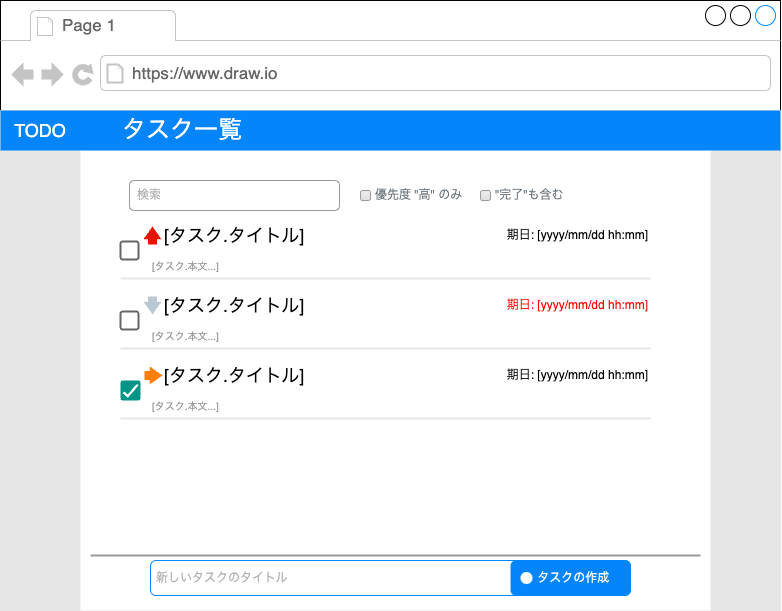
Earlier version of the draw.io export docs/taskList.drawio.png (ebi311/todo-next-pages-rote). Source tidied: cells renumbered, new cells last; positions are measured from the earlier drawing's top-left corner, leaving out a move shared by most shapes. The source it was exported from:
```xml
<mxGraphModel>
  <root>
    <mxCell id="0" />
    <mxCell id="1" parent="0" />
    <mxCell id="2" style="strokeWidth=1;shadow=0;dashed=0;align=center;html=1;shape=mxgraph.mockup.containers.browserWindow;rSize=0;strokeColor2=#008cff;strokeColor3=#c4c4c4;mainText=,;" parent="1" vertex="1">
      <mxGeometry width="780" height="610" as="geometry" />
    </mxCell>
    <mxCell id="3" value="Page 1" style="strokeWidth=1;shadow=0;dashed=0;align=center;html=1;shape=mxgraph.mockup.containers.anchor;fontSize=17;fontColor=#666666;align=left;" parent="2" vertex="1">
      <mxGeometry x="60" y="12" width="110" height="26" as="geometry" />
    </mxCell>
    <mxCell id="4" value="https://www.draw.io" style="strokeWidth=1;shadow=0;dashed=0;align=center;html=1;shape=mxgraph.mockup.containers.anchor;rSize=0;fontSize=17;fontColor=#666666;align=left;" parent="2" vertex="1">
      <mxGeometry x="130" y="60" width="250" height="26" as="geometry" />
    </mxCell>
    <mxCell id="5" style="rounded=0;whiteSpace=wrap;html=1;strokeColor=#E6E6E6;fontSize=18;fontColor=#FFFFFF;fillColor=#E6E6E6;" parent="2" vertex="1">
      <mxGeometry y="110" width="780" height="500" as="geometry" />
    </mxCell>
    <mxCell id="6" value="Layout" parent="0" />
    <mxCell id="7" style="rounded=0;whiteSpace=wrap;html=1;fontSize=18;strokeColor=none;" parent="6" vertex="1">
      <mxGeometry x="80" y="150" width="630" height="460" as="geometry" />
    </mxCell>
    <mxCell id="8" style="rounded=0;whiteSpace=wrap;html=1;fillColor=#0585FC;fontColor=#ffffff;strokeColor=none;" parent="6" vertex="1">
      <mxGeometry y="110" width="780" height="40" as="geometry" />
    </mxCell>
    <mxCell id="9" value="TODO" style="text;html=1;strokeColor=none;fillColor=none;align=center;verticalAlign=middle;whiteSpace=wrap;rounded=0;fontColor=#FFFFFF;fontSize=18;" parent="6" vertex="1">
      <mxGeometry x="10" y="115" width="60" height="30" as="geometry" />
    </mxCell>
    <mxCell id="10" value="タスク一覧" style="text;html=1;strokeColor=none;fillColor=none;align=left;verticalAlign=middle;whiteSpace=wrap;rounded=0;fontColor=#FFFFFF;fontSize=24;" parent="6" vertex="1">
      <mxGeometry x="120" y="115" width="210" height="30" as="geometry" />
    </mxCell>
    <mxCell id="11" value="名称未設定レイヤ" parent="0" />
    <mxCell id="12" value="新しいタスクのタイトル" style="rounded=1;whiteSpace=wrap;html=1;strokeWidth=1;fontSize=12;strokeColor=#0585FC;align=left;spacingLeft=4;fontColor=#B3B3B3;" parent="11" vertex="1">
      <mxGeometry x="150" y="560" width="480" height="35" as="geometry" />
    </mxCell>
    <mxCell id="13" style="group;" parent="11" vertex="1">
      <mxGeometry x="120" y="360" width="530" height="60" as="geometry" />
    </mxCell>
    <mxCell id="14" value="[タスク.タイトル]" style="text;html=1;strokeColor=none;fillColor=none;align=left;verticalAlign=middle;whiteSpace=wrap;rounded=0;fontSize=18;fontColor=default;" parent="13" vertex="1">
      <mxGeometry x="42" width="265" height="30" as="geometry" />
    </mxCell>
    <mxCell id="15" value="[タスク.本文...]" style="text;html=1;strokeColor=none;fillColor=none;align=left;verticalAlign=middle;whiteSpace=wrap;rounded=0;fontSize=10;fontColor=#999999;" parent="13" vertex="1">
      <mxGeometry x="30" y="30" width="483.2" height="30" as="geometry" />
    </mxCell>
    <mxCell id="16" style="dashed=0;labelPosition=right;align=left;shape=mxgraph.gmdl.checkbox;strokeColor=none;fillColor=#009587;strokeWidth=2;sketch=0;fontSize=10;fontColor=#999999;" parent="13" vertex="1">
      <mxGeometry y="20" width="20" height="20" as="geometry" />
    </mxCell>
    <mxCell id="17" style="line;strokeWidth=2;html=1;strokeColor=#E6E6E6;fontSize=10;fontColor=#999999;fillColor=#E6E6E6;" parent="13" vertex="1">
      <mxGeometry y="56" width="530" height="4" as="geometry" />
    </mxCell>
    <mxCell id="18" value="期日: [yyyy/mm/dd hh:mm]" style="text;html=1;strokeColor=none;fillColor=none;align=right;verticalAlign=middle;whiteSpace=wrap;rounded=0;fontSize=12;fontColor=default;" parent="13" vertex="1">
      <mxGeometry x="385" width="145" height="30" as="geometry" />
    </mxCell>
    <mxCell id="19" style="html=1;shadow=0;dashed=0;align=center;verticalAlign=middle;shape=mxgraph.arrows2.arrow;dy=0.5;dx=12.79;direction=east;notch=0;strokeColor=none;fontSize=12;fontColor=#ffffff;fillColor=#FF8000;" parent="13" vertex="1">
      <mxGeometry x="24" y="6" width="18" height="18" as="geometry" />
    </mxCell>
    <mxCell id="20" style="group;" parent="11" vertex="1">
      <mxGeometry x="120" y="220" width="530" height="60" as="geometry" />
    </mxCell>
    <mxCell id="21" value="[タスク.タイトル]" style="text;html=1;strokeColor=none;fillColor=none;align=left;verticalAlign=middle;whiteSpace=wrap;rounded=0;fontSize=18;fontColor=default;" parent="20" vertex="1">
      <mxGeometry x="42" width="265" height="30" as="geometry" />
    </mxCell>
    <mxCell id="22" value="[タスク.本文...]" style="text;html=1;strokeColor=none;fillColor=none;align=left;verticalAlign=middle;whiteSpace=wrap;rounded=0;fontSize=10;fontColor=#999999;" parent="20" vertex="1">
      <mxGeometry x="30" y="30" width="483.2" height="30" as="geometry" />
    </mxCell>
    <mxCell id="23" style="line;strokeWidth=2;html=1;strokeColor=#E6E6E6;fontSize=10;fontColor=#999999;fillColor=#E6E6E6;" parent="20" vertex="1">
      <mxGeometry y="56" width="530" height="4" as="geometry" />
    </mxCell>
    <mxCell id="24" value="期日: [yyyy/mm/dd hh:mm]" style="text;html=1;strokeColor=none;fillColor=none;align=right;verticalAlign=middle;whiteSpace=wrap;rounded=0;fontSize=12;fontColor=default;" parent="20" vertex="1">
      <mxGeometry x="375" width="155" height="30" as="geometry" />
    </mxCell>
    <mxCell id="25" style="dashed=0;labelPosition=right;align=left;shape=mxgraph.gmdl.checkbox;strokeColor=#666666;fillColor=none;strokeWidth=2;sketch=0;fontSize=12;fontColor=#999999;" parent="20" vertex="1">
      <mxGeometry y="21" width="18" height="18" as="geometry" />
    </mxCell>
    <mxCell id="26" style="html=1;shadow=0;dashed=0;align=center;verticalAlign=middle;shape=mxgraph.arrows2.arrow;dy=0.5;dx=12.79;direction=north;notch=0;strokeColor=none;fontSize=12;fontColor=#ffffff;fillColor=#e51400;" parent="20" vertex="1">
      <mxGeometry x="23" y="6" width="18" height="18" as="geometry" />
    </mxCell>
    <mxCell id="27" style="group;" parent="11" vertex="1">
      <mxGeometry x="120" y="290" width="530" height="60" as="geometry" />
    </mxCell>
    <mxCell id="28" value="[タスク.タイトル]" style="text;html=1;strokeColor=none;fillColor=none;align=left;verticalAlign=middle;whiteSpace=wrap;rounded=0;fontSize=18;fontColor=default;" parent="27" vertex="1">
      <mxGeometry x="42" width="265" height="30" as="geometry" />
    </mxCell>
    <mxCell id="29" value="[タスク.本文...]" style="text;html=1;strokeColor=none;fillColor=none;align=left;verticalAlign=middle;whiteSpace=wrap;rounded=0;fontSize=10;fontColor=#999999;" parent="27" vertex="1">
      <mxGeometry x="30" y="30" width="483.2" height="30" as="geometry" />
    </mxCell>
    <mxCell id="30" style="line;strokeWidth=2;html=1;strokeColor=#E6E6E6;fontSize=10;fontColor=#999999;fillColor=#E6E6E6;" parent="27" vertex="1">
      <mxGeometry y="56" width="530" height="4" as="geometry" />
    </mxCell>
    <mxCell id="31" value="期日: [yyyy/mm/dd hh:mm]" style="text;html=1;strokeColor=none;fillColor=none;align=right;verticalAlign=middle;whiteSpace=wrap;rounded=0;fontSize=12;fontColor=#FF0000;" parent="27" vertex="1">
      <mxGeometry x="375" width="155" height="30" as="geometry" />
    </mxCell>
    <mxCell id="32" style="dashed=0;labelPosition=right;align=left;shape=mxgraph.gmdl.checkbox;strokeColor=#666666;fillColor=none;strokeWidth=2;sketch=0;fontSize=12;fontColor=#999999;" parent="27" vertex="1">
      <mxGeometry y="21" width="18" height="18" as="geometry" />
    </mxCell>
    <mxCell id="33" style="html=1;shadow=0;dashed=0;align=center;verticalAlign=middle;shape=mxgraph.arrows2.arrow;dy=0.5;dx=12.79;direction=south;notch=0;strokeColor=none;fontSize=12;fillColor=#bac8d3;" parent="27" vertex="1">
      <mxGeometry x="23" y="6" width="18" height="18" as="geometry" />
    </mxCell>
    <mxCell id="34" value="検索" style="rounded=1;whiteSpace=wrap;html=1;fontSize=12;strokeColor=#999999;align=left;fontColor=#B3B3B3;spacingRight=0;spacingLeft=6;" parent="11" vertex="1">
      <mxGeometry x="129" y="180" width="210" height="30" as="geometry" />
    </mxCell>
    <mxCell id="35" value="優先度 &quot;高&quot; のみ" style="html=1;shadow=0;dashed=0;shape=mxgraph.bootstrap.checkbox2;labelPosition=right;verticalLabelPosition=middle;align=left;verticalAlign=middle;gradientColor=#DEDEDE;fillColor=#EDEDED;checked=0;spacing=5;fontColor=#6C767D;checkedFill=#0085FC;checkedStroke=#ffffff;sketch=0;strokeColor=#999999;fontSize=12;" parent="11" vertex="1">
      <mxGeometry x="360" y="190" width="10" height="10" as="geometry" />
    </mxCell>
    <mxCell id="36" value="&quot;完了&quot;も含む" style="html=1;shadow=0;dashed=0;shape=mxgraph.bootstrap.checkbox2;labelPosition=right;verticalLabelPosition=middle;align=left;verticalAlign=middle;gradientColor=#DEDEDE;fillColor=#EDEDED;checked=0;spacing=5;fontColor=#6C767D;checkedFill=#0085FC;checkedStroke=#ffffff;sketch=0;strokeColor=#999999;fontSize=12;" parent="11" vertex="1">
      <mxGeometry x="480" y="190" width="10" height="10" as="geometry" />
    </mxCell>
    <mxCell id="37" value="&amp;nbsp; タスクの作成" style="rounded=1;whiteSpace=wrap;html=1;strokeColor=none;fontSize=12;fontColor=#ffffff;fillColor=#0585FC;" parent="11" vertex="1">
      <mxGeometry x="510" y="560" width="120" height="35" as="geometry" />
    </mxCell>
    <mxCell id="38" style="html=1;verticalLabelPosition=bottom;labelBackgroundColor=#ffffff;verticalAlign=top;shadow=0;strokeWidth=5;shape=mxgraph.ios7.misc.add;sketch=0;fontSize=12;strokeColor=#0585FC;perimeterSpacing=1;" parent="11" vertex="1">
      <mxGeometry x="520" y="571.5" width="12" height="12" as="geometry" />
    </mxCell>
    <mxCell id="39" style="line;strokeWidth=2;html=1;strokeColor=#999999;fontSize=12;fontColor=#FF0000;fillColor=#999999;" parent="11" vertex="1">
      <mxGeometry x="90" y="550" width="610" height="10" as="geometry" />
    </mxCell>
  </root>
</mxGraphModel>
```
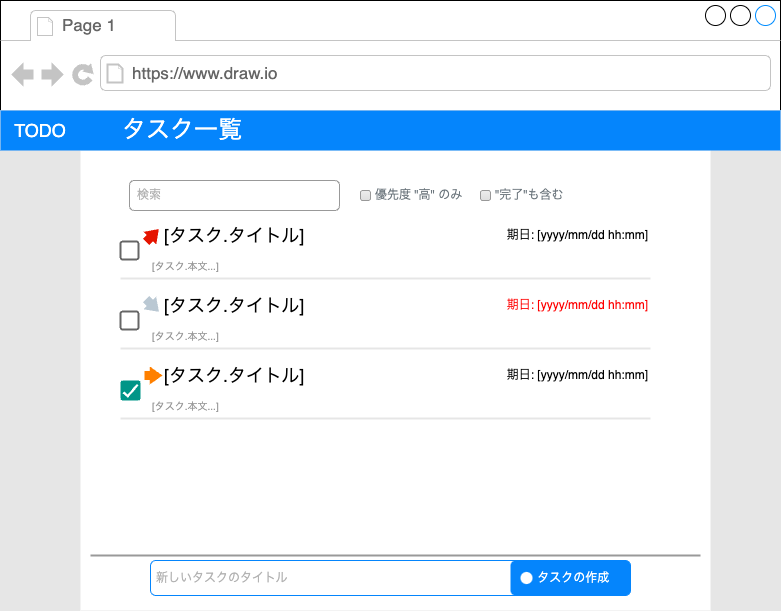
Above is the later version.

Commit message:
優先度アイコンの実装をした

What changed in the source:
```diff
@@ -70,7 +70,7 @@
     <mxCell id="25" style="dashed=0;labelPosition=right;align=left;shape=mxgraph.gmdl.checkbox;strokeColor=#666666;fillColor=none;strokeWidth=2;sketch=0;fontSize=12;fontColor=#999999;" parent="20" vertex="1">
       <mxGeometry y="21" width="18" height="18" as="geometry" />
     </mxCell>
-    <mxCell id="26" style="html=1;shadow=0;dashed=0;align=center;verticalAlign=middle;shape=mxgraph.arrows2.arrow;dy=0.5;dx=12.79;direction=north;notch=0;strokeColor=none;fontSize=12;fontColor=#ffffff;fillColor=#e51400;" parent="20" vertex="1">
+    <mxCell id="26" style="html=1;shadow=0;dashed=0;align=center;verticalAlign=middle;shape=mxgraph.arrows2.arrow;dy=0.5;dx=12.79;direction=north;notch=0;strokeColor=none;fontSize=12;fontColor=#ffffff;fillColor=#e51400;rotation=45;" parent="20" vertex="1">
       <mxGeometry x="23" y="6" width="18" height="18" as="geometry" />
     </mxCell>
     <mxCell id="27" style="group;" parent="11" vertex="1">
@@ -91,7 +91,7 @@
     <mxCell id="32" style="dashed=0;labelPosition=right;align=left;shape=mxgraph.gmdl.checkbox;strokeColor=#666666;fillColor=none;strokeWidth=2;sketch=0;fontSize=12;fontColor=#999999;" parent="27" vertex="1">
       <mxGeometry y="21" width="18" height="18" as="geometry" />
     </mxCell>
-    <mxCell id="33" style="html=1;shadow=0;dashed=0;align=center;verticalAlign=middle;shape=mxgraph.arrows2.arrow;dy=0.5;dx=12.79;direction=south;notch=0;strokeColor=none;fontSize=12;fillColor=#bac8d3;" parent="27" vertex="1">
+    <mxCell id="33" style="html=1;shadow=0;dashed=0;align=center;verticalAlign=middle;shape=mxgraph.arrows2.arrow;dy=0.5;dx=12.79;direction=south;notch=0;strokeColor=none;fontSize=12;fillColor=#bac8d3;rotation=315;" parent="27" vertex="1">
       <mxGeometry x="23" y="6" width="18" height="18" as="geometry" />
     </mxCell>
     <mxCell id="34" value="検索" style="rounded=1;whiteSpace=wrap;html=1;fontSize=12;strokeColor=#999999;align=left;fontColor=#B3B3B3;spacingRight=0;spacingLeft=6;" parent="11" vertex="1">
```
